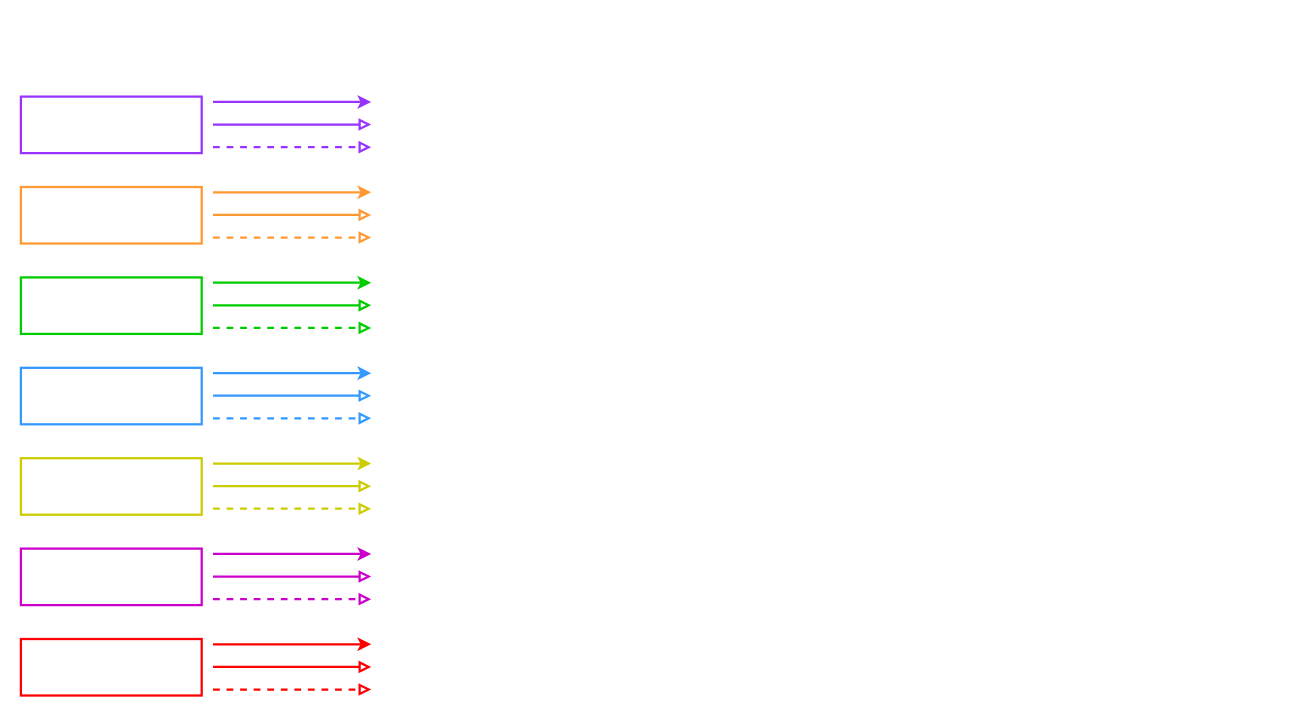
hishd/ArchitectureDiag keeps this draw.io diagram as Untitled Diagram.drawio. Above is the earlier version. Source tidied: cells renumbered, new cells numbered last; positions are measured from the earlier drawing's top-left corner, leaving out a move shared by most shapes. Both pictures are drawn from the tidied source at 113%, with x=0, y=0 at pixel (20, 96).
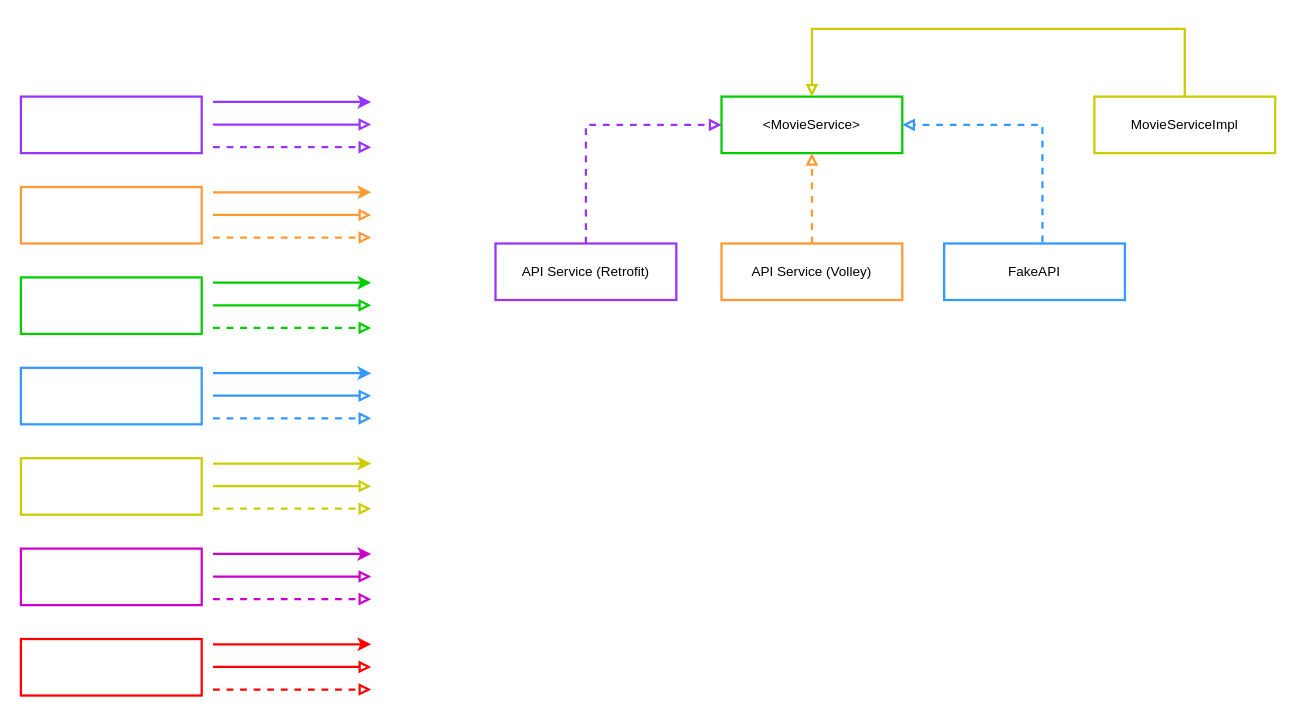
The same diagram, later.

The edit, as a diff of the source:
```diff
@@
+    <mxCell id="30" value="API Service (Retrofit)" style="rounded=0;whiteSpace=wrap;html=1;strokeColor=#9933FF;strokeWidth=2;" parent="1" vertex="1">
+      <mxGeometry x="420" y="130" width="160" height="50" as="geometry" />
+    </mxCell>
+    <mxCell id="31" value="API Service (Volley)" style="rounded=0;whiteSpace=wrap;html=1;strokeColor=#FF9933;strokeWidth=2;" parent="1" vertex="1">
+      <mxGeometry x="620" y="130" width="160" height="50" as="geometry" />
+    </mxCell>
+    <mxCell id="32" value="&amp;lt;MovieService&amp;gt;" style="rounded=0;whiteSpace=wrap;html=1;strokeColor=#00CC00;strokeWidth=2;" parent="1" vertex="1">
+      <mxGeometry x="620" width="160" height="50" as="geometry" />
+    </mxCell>
+    <mxCell id="33" value="FakeAPI" style="rounded=0;whiteSpace=wrap;html=1;strokeColor=#3399FF;strokeWidth=2;" parent="1" vertex="1">
+      <mxGeometry x="817" y="130" width="160" height="50" as="geometry" />
+    </mxCell>
+    <mxCell id="34" style="endArrow=block;html=1;rounded=0;strokeColor=#9933FF;strokeWidth=2;endFill=0;dashed=1;exitX=0.5;exitY=0;exitDx=0;exitDy=0;entryX=0;entryY=0.5;entryDx=0;entryDy=0;" parent="1" edge="1" source="30" target="32">
+      <mxGeometry relative="1" as="geometry">
+        <Array as="points">
+          <mxPoint x="500" y="25" />
+        </Array>
+      </mxGeometry>
+    </mxCell>
+    <mxCell id="35" style="endArrow=block;html=1;rounded=0;strokeColor=#FF9933;strokeWidth=2;endFill=0;dashed=1;exitX=0.5;exitY=0;exitDx=0;exitDy=0;" parent="1" edge="1" source="31" target="32">
+      <mxGeometry relative="1" as="geometry" />
+    </mxCell>
+    <mxCell id="36" style="endArrow=block;html=1;rounded=0;strokeColor=#3399FF;strokeWidth=2;endFill=0;dashed=1;exitX=0.544;exitY=-0.02;exitDx=0;exitDy=0;exitPerimeter=0;entryX=1;entryY=0.5;entryDx=0;entryDy=0;" parent="1" edge="1" source="33" target="32">
+      <mxGeometry relative="1" as="geometry">
+        <Array as="points">
+          <mxPoint x="904" y="25" />
+        </Array>
+      </mxGeometry>
+    </mxCell>
+    <mxCell id="37" value="MovieServiceImpl" style="rounded=0;whiteSpace=wrap;html=1;strokeColor=#CCCC00;strokeWidth=2;" parent="1" vertex="1">
+      <mxGeometry x="950" width="160" height="50" as="geometry" />
+    </mxCell>
+    <mxCell id="38" style="endArrow=block;html=1;rounded=0;strokeColor=#CCCC00;strokeWidth=2;endFill=0;exitX=0.5;exitY=0;exitDx=0;exitDy=0;entryX=0.5;entryY=0;entryDx=0;entryDy=0;" parent="1" edge="1" source="37" target="32">
+      <mxGeometry relative="1" as="geometry">
+        <Array as="points">
+          <mxPoint x="1030" y="-60" />
+          <mxPoint x="700" y="-60" />
+        </Array>
+      </mxGeometry>
+    </mxCell>
```
